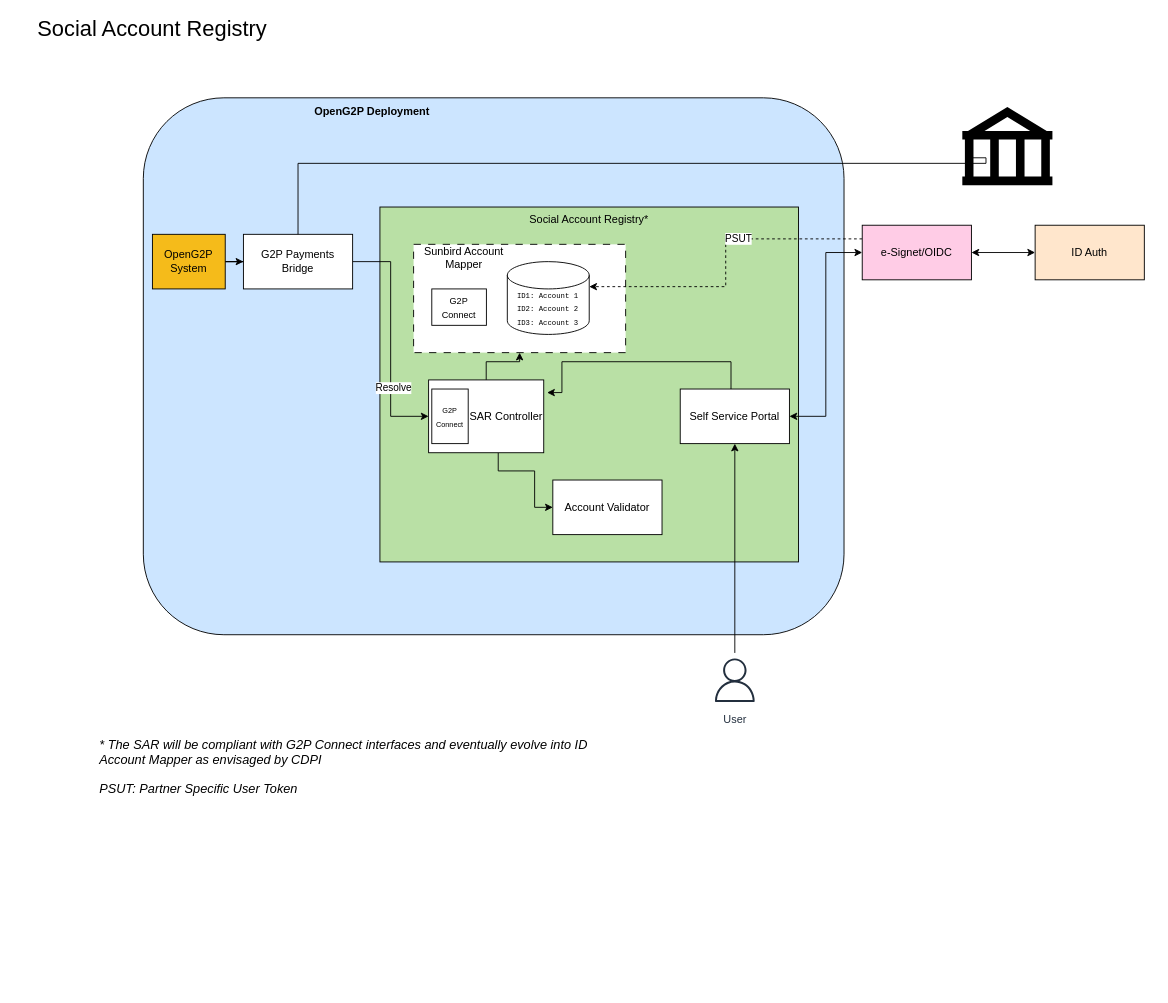
This is .gitbook/assets/social-account-registry.drawio from OpenG2P/openg2p-documentation, a draw.io file, before an edit. Source tidied: cells renumbered, new cells numbered last; positions are measured from the earlier drawing's top-left corner, leaving out a move shared by most shapes. Both pictures are drawn from the tidied source at 91%, with x=0, y=0 at pixel (15, 15).
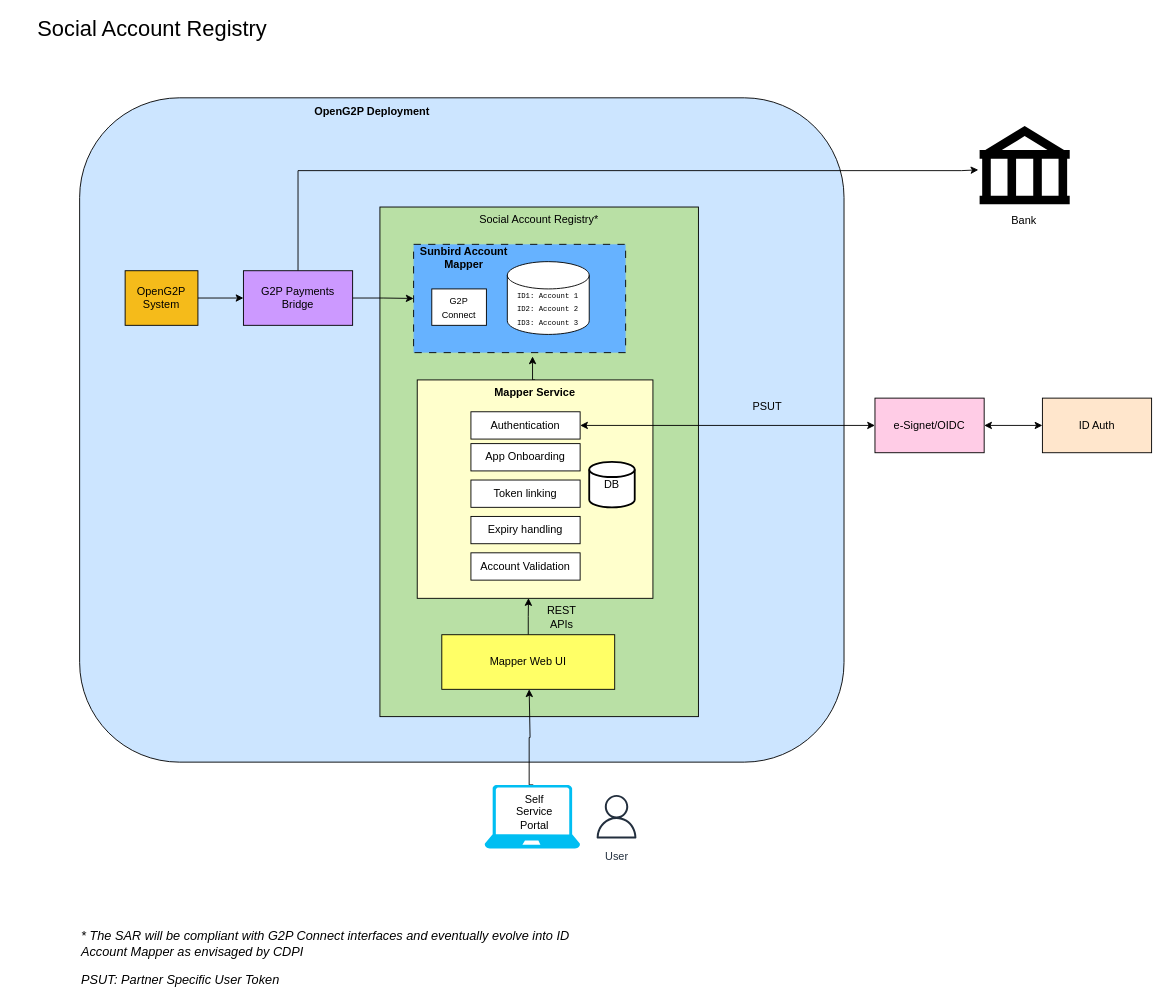
Above is the later version.

The change refers to these unchanged cells:
```xml
<mxCell id="27" style="shape=cylinder3;whiteSpace=wrap;html=1;boundedLbl=1;backgroundOutline=1;size=15;" parent="26" vertex="1">
  <mxGeometry width="90" height="80" as="geometry" />
</mxCell>
```

The edit, as a diff of the source:
```diff
@@
     <mxCell id="2" style="rounded=1;whiteSpace=wrap;html=1;align=left;fillColor=#CCE5FF;" parent="1" vertex="1">
-      <mxGeometry x="140" y="90" width="770" height="590" as="geometry" />
+      <mxGeometry x="70" y="90" width="840" height="730" as="geometry" />
     </mxCell>
     <mxCell id="3" value="Social Account Registry*" style="rounded=0;whiteSpace=wrap;html=1;verticalAlign=top;fillColor=#B9E0A5;" parent="1" vertex="1">
-      <mxGeometry x="400" y="210" width="460" height="390" as="geometry" />
+      <mxGeometry x="400" y="210" width="350" height="560" as="geometry" />
     </mxCell>
@@
-    <mxCell id="6" style="edgeStyle=orthogonalEdgeStyle;rounded=0;jettySize=auto;html=1;" parent="1" edge="1" source="7" target="12">
+    <mxCell id="6" style="edgeStyle=orthogonalEdgeStyle;rounded=0;jettySize=auto;html=1;exitX=1;exitY=0.5;exitDx=0;exitDy=0;entryX=0;entryY=0.5;entryDx=0;entryDy=0;" parent="1" edge="1" source="7" target="12">
       <mxGeometry relative="1" as="geometry" />
     </mxCell>
     <mxCell id="7" value="OpenG2P System" style="rounded=0;whiteSpace=wrap;html=1;fillColor=#f5bb1a;" parent="1" vertex="1">
-      <mxGeometry x="150" y="240" width="80" height="60" as="geometry" />
+      <mxGeometry x="120" y="280" width="80" height="60" as="geometry" />
     </mxCell>
-    <mxCell id="8" style="rounded=0;whiteSpace=wrap;html=1;dashed=1;dashPattern=8 8;" parent="1" vertex="1">
+    <mxCell id="8" style="rounded=0;whiteSpace=wrap;html=1;dashed=1;dashPattern=8 8;fillColor=#66B2FF;" parent="1" vertex="1">
       <mxGeometry x="437" y="251" width="233" height="119" as="geometry" />
     </mxCell>
-    <mxCell id="9" style="edgeStyle=orthogonalEdgeStyle;rounded=0;jettySize=auto;html=1;exitX=1;exitY=0.5;exitDx=0;exitDy=0;entryX=0;entryY=0.5;entryDx=0;entryDy=0;" parent="1" edge="1" source="12" target="33">
-      <mxGeometry relative="1" as="geometry" />
-    </mxCell>
-    <mxCell id="10" value="Resolve" style="edgeLabel;html=1;align=center;verticalAlign=middle;" parent="9" vertex="1">
-      <mxGeometry x="0.42" y="3" relative="1" as="geometry" />
-    </mxCell>
-    <mxCell id="11" style="edgeStyle=orthogonalEdgeStyle;rounded=0;jettySize=auto;html=1;entryX=0.03;entryY=0.65;entryDx=0;entryDy=0;entryPerimeter=0;" parent="1" edge="1" target="24">
-      <mxGeometry relative="1" as="geometry">
-        <mxPoint x="310" y="265" as="sourcePoint" />
-        <Array as="points">
-          <mxPoint x="310" y="162" />
-          <mxPoint x="1066" y="162" />
-          <mxPoint x="1066" y="156" />
-        </Array>
-      </mxGeometry>
-    </mxCell>
+    <mxCell id="35" style="edgeStyle=orthogonalEdgeStyle;rounded=0;jettySize=auto;html=1;exitX=1;exitY=0.5;exitDx=0;exitDy=0;entryX=0;entryY=0.5;entryDx=0;entryDy=0;" parent="1" edge="1" source="12" target="8">
+      <mxGeometry relative="1" as="geometry" />
+    </mxCell>
+    <mxCell id="36" style="edgeStyle=orthogonalEdgeStyle;rounded=0;jettySize=auto;html=1;exitX=0.5;exitY=0;exitDx=0;exitDy=0;entryX=-0.014;entryY=0.56;entryDx=0;entryDy=0;entryPerimeter=0;" parent="1" edge="1" source="12" target="24">
+      <mxGeometry relative="1" as="geometry">
+        <Array as="points">
+          <mxPoint x="310" y="170" />
+          <mxPoint x="1039" y="170" />
+        </Array>
+      </mxGeometry>
+    </mxCell>
-    <mxCell id="12" value="G2P Payments Bridge" style="rounded=0;whiteSpace=wrap;html=1;" parent="1" vertex="1">
-      <mxGeometry x="250" y="240" width="120" height="60" as="geometry" />
+    <mxCell id="12" value="G2P Payments Bridge" style="rounded=0;whiteSpace=wrap;html=1;fillColor=#CC99FF;" parent="1" vertex="1">
+      <mxGeometry x="250" y="280" width="120" height="60" as="geometry" />
     </mxCell>
     <mxCell id="13" value="&lt;i&gt;&lt;font style=&quot;font-size: 14px;&quot;&gt;* The SAR will be compliant with G2P Connect interfaces and eventually evolve into ID Account Mapper as envisaged by CDPI&amp;nbsp;&lt;br&gt;&lt;/font&gt;&lt;br&gt;&lt;font style=&quot;font-size: 14px;&quot;&gt;PSUT: Partner Specific User Token&lt;/font&gt;&lt;br&gt;&lt;/i&gt;" style="text;html=1;strokeColor=none;fillColor=none;align=left;verticalAlign=middle;whiteSpace=wrap;rounded=0;" parent="1" vertex="1">
-      <mxGeometry x="90" y="810" width="540" height="30" as="geometry" />
+      <mxGeometry x="70" y="1020" width="540" height="30" as="geometry" />
     </mxCell>
@@
+    <mxCell id="37" style="edgeStyle=orthogonalEdgeStyle;rounded=0;jettySize=auto;html=1;exitX=0.5;exitY=0;exitDx=0;exitDy=0;entryX=0.561;entryY=1.035;entryDx=0;entryDy=0;entryPerimeter=0;" parent="1" edge="1" source="16" target="8">
+      <mxGeometry relative="1" as="geometry" />
+    </mxCell>
+    <mxCell id="16" value="&lt;b&gt;Mapper Service&lt;/b&gt;" style="rounded=0;whiteSpace=wrap;html=1;verticalAlign=top;fillColor=#FFFFCC;" parent="1" vertex="1">
+      <mxGeometry x="441" y="400" width="259" height="240" as="geometry" />
+    </mxCell>
-    <mxCell id="15" style="edgeStyle=orthogonalEdgeStyle;rounded=0;jettySize=auto;html=1;exitX=1;exitY=0.5;exitDx=0;exitDy=0;entryX=0;entryY=0.5;entryDx=0;entryDy=0;startArrow=classic;startFill=1;" parent="1" edge="1" source="16" target="20">
+    <mxCell id="15" style="edgeStyle=orthogonalEdgeStyle;rounded=0;jettySize=auto;html=1;exitX=1;exitY=0.5;exitDx=0;exitDy=0;entryX=0;entryY=0.5;entryDx=0;entryDy=0;startArrow=classic;startFill=1;" parent="1" edge="1" source="40" target="20">
       <mxGeometry relative="1" as="geometry">
         <Array as="points">
-          <mxPoint x="890" y="440" />
-          <mxPoint x="890" y="260" />
+          <mxPoint x="940" y="450" />
         </Array>
       </mxGeometry>
     </mxCell>
-    <mxCell id="16" value="Self Service Portal" style="rounded=0;whiteSpace=wrap;html=1;" parent="1" vertex="1">
-      <mxGeometry x="730" y="410" width="120" height="60" as="geometry" />
-    </mxCell>
@@
-    <mxCell id="18" style="edgeStyle=orthogonalEdgeStyle;rounded=0;jettySize=auto;html=1;exitX=0;exitY=0.25;exitDx=0;exitDy=0;entryX=1;entryY=0;entryDx=0;entryDy=27.5;entryPerimeter=0;dashed=1;" parent="1" edge="1" source="20" target="27">
-      <mxGeometry relative="1" as="geometry" />
-    </mxCell>
-    <mxCell id="19" value="PSUT" style="edgeLabel;html=1;align=center;verticalAlign=middle;" parent="18" vertex="1">
-      <mxGeometry x="-0.22" y="-1" relative="1" as="geometry" />
-    </mxCell>
     <mxCell id="20" value="e-Signet/OIDC" style="rounded=0;whiteSpace=wrap;html=1;fillColor=#FFCCE6;" parent="1" vertex="1">
-      <mxGeometry x="930" y="230" width="120" height="60" as="geometry" />
+      <mxGeometry x="944" y="420" width="120" height="60" as="geometry" />
     </mxCell>
     <mxCell id="21" value="ID Auth" style="rounded=0;whiteSpace=wrap;html=1;fillColor=#FFE6CC;" parent="1" vertex="1">
-      <mxGeometry x="1120" y="230" width="120" height="60" as="geometry" />
+      <mxGeometry x="1128" y="420" width="120" height="60" as="geometry" />
     </mxCell>
-    <mxCell id="22" style="edgeStyle=orthogonalEdgeStyle;rounded=0;jettySize=auto;html=1;entryX=0.5;entryY=1;entryDx=0;entryDy=0;" parent="1" edge="1" source="23" target="16">
-      <mxGeometry relative="1" as="geometry" />
-    </mxCell>
     <mxCell id="23" value="User" style="sketch=0;outlineConnect=0;fontColor=#232F3E;gradientColor=none;strokeColor=#232F3E;fillColor=#ffffff;dashed=0;verticalLabelPosition=bottom;verticalAlign=top;align=center;html=1;fontSize=12;fontStyle=0;shape=mxgraph.aws4.resourceIcon;resIcon=mxgraph.aws4.user;" parent="1" vertex="1">
-      <mxGeometry x="760" y="700" width="60" height="60" as="geometry" />
+      <mxGeometry x="630" y="850" width="60" height="60" as="geometry" />
     </mxCell>
     <mxCell id="24" style="shape=mxgraph.signs.travel.bank;html=1;fillColor=#000000;strokeColor=none;verticalLabelPosition=bottom;verticalAlign=top;align=center;" parent="1" vertex="1">
-      <mxGeometry x="1040" y="100" width="99" height="86" as="geometry" />
+      <mxGeometry x="1059" y="121" width="99" height="86" as="geometry" />
     </mxCell>
-    <mxCell id="25" value="Sunbird Account Mapper" style="text;html=1;strokeColor=none;fillColor=none;align=center;verticalAlign=middle;whiteSpace=wrap;rounded=0;" parent="1" vertex="1">
+    <mxCell id="25" value="&lt;b&gt;Sunbird Account Mapper&lt;/b&gt;" style="text;html=1;strokeColor=none;fillColor=none;align=center;verticalAlign=middle;whiteSpace=wrap;rounded=0;" parent="1" vertex="1">
       <mxGeometry x="441" y="251" width="103" height="30" as="geometry" />
     </mxCell>
@@
-    <mxCell id="29" value="Account Validator" style="rounded=0;whiteSpace=wrap;html=1;" parent="1" vertex="1">
-      <mxGeometry x="590" y="510" width="120" height="60" as="geometry" />
-    </mxCell>
-    <mxCell id="30" style="edgeStyle=orthogonalEdgeStyle;rounded=0;jettySize=auto;html=1;entryX=0.5;entryY=1;entryDx=0;entryDy=0;" parent="1" edge="1" source="33" target="8">
-      <mxGeometry relative="1" as="geometry" />
-    </mxCell>
-    <mxCell id="31" style="edgeStyle=orthogonalEdgeStyle;rounded=0;jettySize=auto;html=1;exitX=1.029;exitY=0.174;exitDx=0;exitDy=0;entryX=0.5;entryY=0;entryDx=0;entryDy=0;endArrow=none;endFill=0;startArrow=classic;startFill=1;exitPerimeter=0;" parent="1" edge="1" source="33">
-      <mxGeometry relative="1" as="geometry">
-        <mxPoint x="785.8" y="410" as="targetPoint" />
-        <Array as="points">
-          <mxPoint x="600" y="414" />
-          <mxPoint x="600" y="380" />
-          <mxPoint x="786" y="380" />
-        </Array>
-      </mxGeometry>
-    </mxCell>
-    <mxCell id="32" style="edgeStyle=orthogonalEdgeStyle;rounded=0;jettySize=auto;html=1;entryX=0;entryY=0.5;entryDx=0;entryDy=0;" parent="1" edge="1" source="33" target="29">
-      <mxGeometry relative="1" as="geometry">
-        <Array as="points">
-          <mxPoint x="530" y="500" />
-          <mxPoint x="570" y="500" />
-          <mxPoint x="570" y="540" />
-        </Array>
-      </mxGeometry>
-    </mxCell>
-    <mxCell id="33" value="SAR Controller" style="rounded=0;whiteSpace=wrap;html=1;align=right;" parent="1" vertex="1">
-      <mxGeometry x="453.5" y="400" width="126.5" height="80" as="geometry" />
-    </mxCell>
-    <mxCell id="34" value="&lt;font style=&quot;font-size: 8px;&quot;&gt;G2P Connect&lt;/font&gt;" style="rounded=0;whiteSpace=wrap;html=1;" parent="1" vertex="1">
-      <mxGeometry x="457" y="410" width="40" height="60" as="geometry" />
-    </mxCell>
+    <mxCell id="38" style="edgeStyle=orthogonalEdgeStyle;rounded=0;jettySize=auto;html=1;entryX=0.472;entryY=0.999;entryDx=0;entryDy=0;entryPerimeter=0;" parent="1" edge="1" source="39" target="16">
+      <mxGeometry relative="1" as="geometry" />
+    </mxCell>
+    <mxCell id="39" value="Mapper Web UI" style="rounded=0;whiteSpace=wrap;html=1;fillColor=#FFFF66;" parent="1" vertex="1">
+      <mxGeometry x="468" y="680" width="190" height="60" as="geometry" />
+    </mxCell>
+    <mxCell id="40" value="Authentication" style="rounded=0;whiteSpace=wrap;html=1;" parent="1" vertex="1">
+      <mxGeometry x="500" y="435" width="120" height="30" as="geometry" />
+    </mxCell>
+    <mxCell id="41" value="App Onboarding" style="rounded=0;whiteSpace=wrap;html=1;" parent="1" vertex="1">
+      <mxGeometry x="500" y="470" width="120" height="30" as="geometry" />
+    </mxCell>
+    <mxCell id="42" value="Token linking" style="rounded=0;whiteSpace=wrap;html=1;" parent="1" vertex="1">
+      <mxGeometry x="500" y="510" width="120" height="30" as="geometry" />
+    </mxCell>
+    <mxCell id="43" value="Expiry handling" style="rounded=0;whiteSpace=wrap;html=1;" parent="1" vertex="1">
+      <mxGeometry x="500" y="550" width="120" height="30" as="geometry" />
+    </mxCell>
+    <mxCell id="44" value="Account Validation" style="rounded=0;whiteSpace=wrap;html=1;" parent="1" vertex="1">
+      <mxGeometry x="500" y="590" width="120" height="30" as="geometry" />
+    </mxCell>
+    <mxCell id="45" value="DB" style="strokeWidth=2;html=1;shape=mxgraph.flowchart.database;whiteSpace=wrap;" parent="1" vertex="1">
+      <mxGeometry x="630" y="490" width="50" height="50" as="geometry" />
+    </mxCell>
+    <mxCell id="19" value="PSUT" style="text;html=1;strokeColor=none;fillColor=none;align=center;verticalAlign=middle;whiteSpace=wrap;rounded=0;" parent="1" vertex="1">
+      <mxGeometry x="796" y="414" width="60" height="30" as="geometry" />
+    </mxCell>
+    <mxCell id="46" value="REST APIs" style="text;html=1;strokeColor=none;fillColor=none;align=center;verticalAlign=middle;whiteSpace=wrap;rounded=0;" parent="1" vertex="1">
+      <mxGeometry x="570" y="646" width="60" height="30" as="geometry" />
+    </mxCell>
+    <mxCell id="47" style="edgeStyle=orthogonalEdgeStyle;rounded=0;orthogonalLoop=1;jettySize=auto;html=1;entryX=0.5;entryY=1;entryDx=0;entryDy=0;" parent="1" edge="1">
+      <mxGeometry relative="1" as="geometry">
+        <mxPoint x="568.5" y="845" as="sourcePoint" />
+        <mxPoint x="564" y="740" as="targetPoint" />
+        <Array as="points">
+          <mxPoint x="564" y="845" />
+          <mxPoint x="564" y="793" />
+          <mxPoint x="565" y="740" />
+        </Array>
+      </mxGeometry>
+    </mxCell>
+    <mxCell id="48" style="verticalLabelPosition=bottom;html=1;verticalAlign=top;align=center;strokeColor=none;fillColor=#00BEF2;shape=mxgraph.azure.laptop;" parent="1" vertex="1">
+      <mxGeometry x="515" y="845" width="105" height="70" as="geometry" />
+    </mxCell>
+    <mxCell id="49" value="Self Service Portal" style="text;html=1;strokeColor=none;fillColor=none;align=center;verticalAlign=middle;whiteSpace=wrap;rounded=0;" parent="1" vertex="1">
+      <mxGeometry x="540" y="860" width="60" height="30" as="geometry" />
+    </mxCell>
+    <mxCell id="50" value="Bank" style="text;html=1;strokeColor=none;fillColor=none;align=center;verticalAlign=middle;whiteSpace=wrap;rounded=0;" parent="1" vertex="1">
+      <mxGeometry x="1078" y="210" width="60" height="30" as="geometry" />
+    </mxCell>
```
